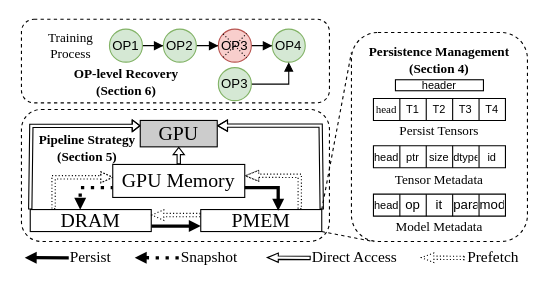
The draw.io diagram fig/system_design.drawio in icszhr/NCheck, before the edit. Source tidied: cells renumbered, new cells numbered last; positions are measured from the earlier drawing's top-left corner, leaving out a move shared by most shapes. Both pictures are drawn from the tidied source at 110%, with x=0, y=0 at pixel (21, 19).
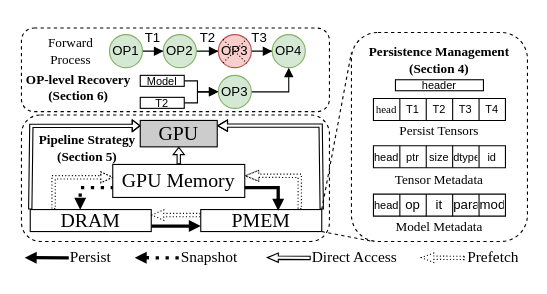
After the change.

What changed in the source:
```diff
@@
+    <mxCell id="68" style="rounded=1;whiteSpace=wrap;html=1;dashed=1;fillColor=none;" parent="1" vertex="1">
+      <mxGeometry y="8" width="280" height="76" as="geometry" />
+    </mxCell>
     <mxCell id="2" style="rounded=1;whiteSpace=wrap;html=1;dashed=1;fillColor=none;" parent="1" vertex="1">
-      <mxGeometry y="82" width="280" height="120" as="geometry" />
+      <mxGeometry y="87" width="280" height="115" as="geometry" />
     </mxCell>
@@
     <mxCell id="57" value="OP1" style="ellipse;whiteSpace=wrap;html=1;fillColor=#d5e8d4;strokeColor=#82b366;" parent="1" vertex="1">
-      <mxGeometry x="80" y="9" width="30" height="30" as="geometry" />
+      <mxGeometry x="80" y="14" width="30" height="30" as="geometry" />
     </mxCell>
@@
     <mxCell id="59" value="OP2" style="ellipse;whiteSpace=wrap;html=1;fillColor=#d5e8d4;strokeColor=#82b366;" parent="1" vertex="1">
-      <mxGeometry x="129" y="9" width="30" height="30" as="geometry" />
+      <mxGeometry x="129" y="14" width="30" height="30" as="geometry" />
     </mxCell>
@@
     <mxCell id="61" value="OP3" style="ellipse;whiteSpace=wrap;html=1;fillColor=#f8cecc;strokeColor=#b85450;" parent="1" vertex="1">
-      <mxGeometry x="179" y="9" width="30" height="30" as="geometry" />
+      <mxGeometry x="179" y="14" width="30" height="30" as="geometry" />
     </mxCell>
     <mxCell id="62" value="OP4" style="ellipse;whiteSpace=wrap;html=1;fillColor=#d5e8d4;strokeColor=#82b366;" parent="1" vertex="1">
-      <mxGeometry x="228" y="9" width="30" height="30" as="geometry" />
+      <mxGeometry x="228" y="14" width="30" height="30" as="geometry" />
     </mxCell>
-    <mxCell id="63" value="&lt;font face=&quot;Times New Roman&quot;&gt;Training&lt;/font&gt;&lt;div&gt;&lt;font face=&quot;Times New Roman&quot;&gt;Process&lt;/font&gt;&lt;/div&gt;" style="text;html=1;align=center;verticalAlign=middle;whiteSpace=wrap;rounded=0;" parent="1" vertex="1">
-      <mxGeometry x="10" y="9" width="70" height="30" as="geometry" />
+    <mxCell id="63" value="&lt;font face=&quot;Times New Roman&quot;&gt;Forward&lt;/font&gt;&lt;div&gt;&lt;font face=&quot;Times New Roman&quot;&gt;Process&lt;/font&gt;&lt;/div&gt;" style="text;html=1;align=center;verticalAlign=middle;whiteSpace=wrap;rounded=0;" parent="1" vertex="1">
+      <mxGeometry x="10" y="14" width="70" height="30" as="geometry" />
     </mxCell>
@@
     <mxCell id="65" value="OP3" style="ellipse;whiteSpace=wrap;html=1;fillColor=#d5e8d4;strokeColor=#82b366;" parent="1" vertex="1">
-      <mxGeometry x="179" y="44" width="30" height="30" as="geometry" />
+      <mxGeometry x="179" y="51" width="30" height="30" as="geometry" />
     </mxCell>
@@
-    <mxCell id="68" style="rounded=1;whiteSpace=wrap;html=1;dashed=1;fillColor=none;" parent="1" vertex="1">
-      <mxGeometry width="280" height="76" as="geometry" />
-    </mxCell>
     <mxCell id="69" value="&lt;font face=&quot;Times New Roman&quot;&gt;&lt;b&gt;OP-level Recovery&lt;/b&gt;&lt;/font&gt;&lt;div&gt;&lt;font face=&quot;Times New Roman&quot;&gt;&lt;b&gt;(Section 6)&lt;/b&gt;&lt;/font&gt;&lt;/div&gt;" style="text;html=1;align=center;verticalAlign=middle;whiteSpace=wrap;rounded=0;" parent="1" vertex="1">
-      <mxGeometry x="17.5" y="42" width="155" height="30" as="geometry" />
+      <mxGeometry y="47" width="104" height="30" as="geometry" />
     </mxCell>
+    <mxCell id="70" value="T1" style="text;html=1;align=center;verticalAlign=middle;whiteSpace=wrap;rounded=0;" parent="1" vertex="1">
+      <mxGeometry x="104" y="7" width="31" height="20" as="geometry" />
+    </mxCell>
+    <mxCell id="71" value="T2" style="text;html=1;align=center;verticalAlign=middle;whiteSpace=wrap;rounded=0;" parent="1" vertex="1">
+      <mxGeometry x="154" y="7" width="31" height="20" as="geometry" />
+    </mxCell>
+    <mxCell id="72" value="T3" style="text;html=1;align=center;verticalAlign=middle;whiteSpace=wrap;rounded=0;" parent="1" vertex="1">
+      <mxGeometry x="201" y="7" width="31" height="20" as="geometry" />
+    </mxCell>
+    <mxCell id="73" style="edgeStyle=orthogonalEdgeStyle;rounded=0;jettySize=auto;html=1;entryX=0;entryY=0.5;entryDx=0;entryDy=0;endArrow=block;endFill=1;" parent="1" edge="1" source="74" target="65">
+      <mxGeometry relative="1" as="geometry">
+        <Array as="points">
+          <mxPoint x="160" y="56" />
+          <mxPoint x="160" y="66" />
+        </Array>
+      </mxGeometry>
+    </mxCell>
+    <mxCell id="74" value="&lt;font style=&quot;font-size: 10px;&quot;&gt;Model&lt;/font&gt;" style="rounded=0;whiteSpace=wrap;html=1;" parent="1" vertex="1">
+      <mxGeometry x="108" y="51" width="40" height="10" as="geometry" />
+    </mxCell>
+    <mxCell id="75" style="edgeStyle=orthogonalEdgeStyle;rounded=0;jettySize=auto;html=1;entryX=0;entryY=0.5;entryDx=0;entryDy=0;endArrow=block;endFill=1;" parent="1" edge="1" source="76" target="65">
+      <mxGeometry relative="1" as="geometry">
+        <Array as="points">
+          <mxPoint x="160" y="76" />
+          <mxPoint x="160" y="66" />
+        </Array>
+      </mxGeometry>
+    </mxCell>
+    <mxCell id="76" value="&lt;font style=&quot;font-size: 10px;&quot;&gt;T2&lt;/font&gt;" style="rounded=0;whiteSpace=wrap;html=1;" parent="1" vertex="1">
+      <mxGeometry x="108" y="71" width="40" height="10" as="geometry" />
+    </mxCell>
```
